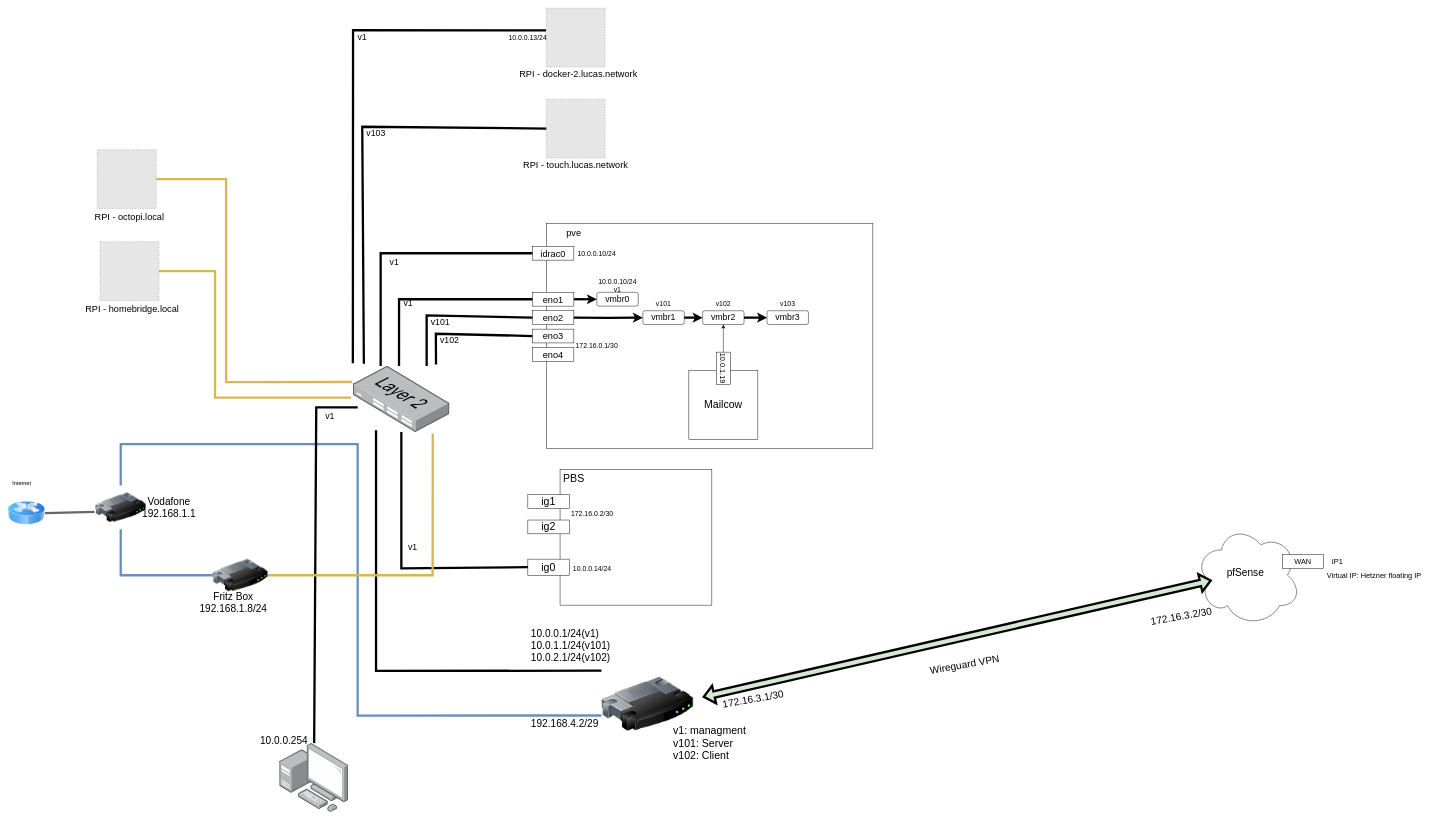
Earlier version of the draw.io diagram Untitled Diagram.drawio (lucpfi/homelab). Source tidied: cells renumbered, new cells numbered last; positions are measured from the earlier drawing's top-left corner, leaving out a move shared by most shapes. Both pictures are drawn from the tidied source at 46%, with x=0, y=0 at pixel (8, 8). Pictures stored in the file or linked from it are replaced by grey dashed boxes.
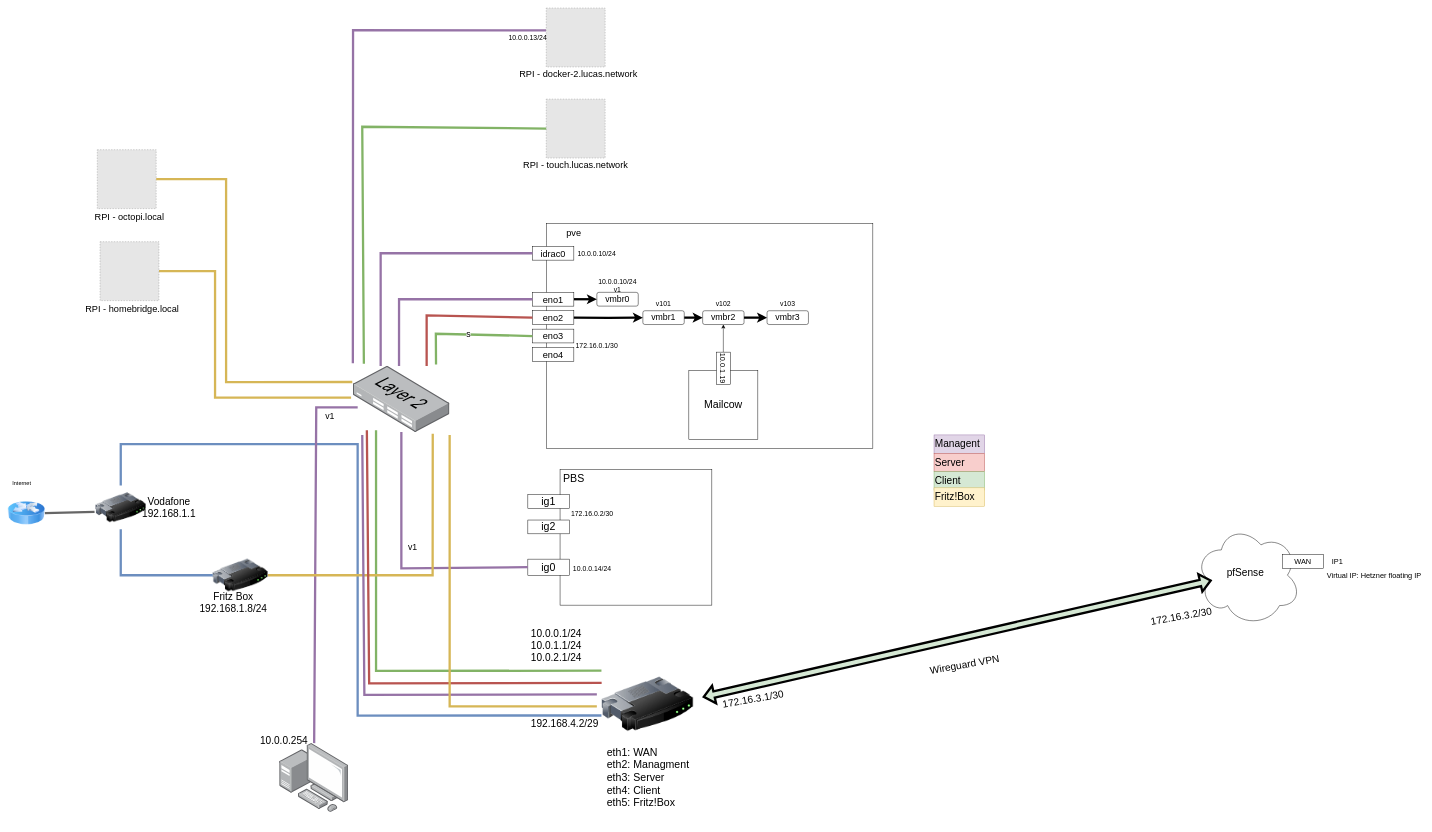
After the change.

Unchanged cells that the change refers to:
```xml
<mxCell id="3" style="image;html=1;image=img/lib/clip_art/networking/Router_128x128.png;" parent="1" vertex="1">
  <mxGeometry x="1290" y="1368" width="200" height="290" as="geometry" />
</mxCell>
<mxCell id="11" style="points=[];html=1;align=center;shadow=0;dashed=0;image;image=img/lib/allied_telesis/switch/Switch_24_port_L2.svg;fontSize=20;" parent="1" vertex="1">
  <mxGeometry x="750" y="778" width="210" height="143.9" as="geometry" />
</mxCell>
<mxCell id="16" value="eno1" style="rounded=0;whiteSpace=wrap;html=1;fontSize=20;" parent="1" vertex="1">
  <mxGeometry x="1140" y="618" width="90" height="30" as="geometry" />
</mxCell>
<mxCell id="17" value="eno2" style="rounded=0;whiteSpace=wrap;html=1;fontSize=20;" parent="1" vertex="1">
  <mxGeometry x="1140" y="658" width="90" height="30" as="geometry" />
</mxCell>
<mxCell id="18" value="eno3" style="rounded=0;whiteSpace=wrap;html=1;fontSize=20;" parent="1" vertex="1">
  <mxGeometry x="1140" y="698" width="90" height="30" as="geometry" />
</mxCell>
<mxCell id="25" value="ig0" style="rounded=0;whiteSpace=wrap;html=1;fontSize=23;" parent="1" vertex="1">
  <mxGeometry x="1130" y="1198" width="90" height="35" as="geometry" />
</mxCell>
<mxCell id="34" value="idrac0" style="rounded=0;whiteSpace=wrap;html=1;fontSize=20;" parent="1" vertex="1">
  <mxGeometry x="1140" y="518" width="90" height="30" as="geometry" />
</mxCell>
<mxCell id="55" style="points=[];html=1;align=center;shadow=0;dashed=0;image;image=img/lib/allied_telesis/computer_and_terminals/Personal_Computer_with_Server.svg;rounded=0;fontFamily=Helvetica;fontSize=22;fontColor=default;fillColor=none;gradientColor=none;" parent="1" vertex="1">
  <mxGeometry x="590" y="1598" width="150" height="150" as="geometry" />
</mxCell>
<mxCell id="63" style="fillColor=#E6E6E6;strokeColor=#999999;dashed=1;html=1;verticalAlign=top;verticalLabelPosition=bottom;labelBackgroundColor=#ffffff;" parent="1" vertex="1">
  <mxGeometry x="1170" y="198" width="128" height="128" as="geometry" />
</mxCell>
<mxCell id="66" style="fillColor=#E6E6E6;strokeColor=#999999;dashed=1;html=1;verticalAlign=top;verticalLabelPosition=bottom;labelBackgroundColor=#ffffff;" parent="1" vertex="1">
  <mxGeometry x="1170" width="128" height="128" as="geometry" />
</mxCell>
```

The edit, as a diff of the source:
```diff
@@
-    <mxCell id="14" style="endArrow=none;html=1;rounded=0;fontSize=20;strokeWidth=5;entryX=0;entryY=0.25;entryDx=0;entryDy=0;exitX=0.238;exitY=0.973;exitDx=0;exitDy=0;exitPerimeter=0;" parent="1" edge="1" source="11" target="3">
+    <mxCell id="14" style="endArrow=none;html=1;rounded=0;fontSize=20;strokeWidth=5;entryX=0;entryY=0.25;entryDx=0;entryDy=0;exitX=0.238;exitY=0.973;exitDx=0;exitDy=0;exitPerimeter=0;fillColor=#d5e8d4;strokeColor=#82b366;" parent="1" edge="1" source="11" target="3">
       <mxGeometry relative="1" as="geometry">
         <Array as="points">
           <mxPoint x="800" y="1441" />
         </Array>
       </mxGeometry>
     </mxCell>
@@
-    <mxCell id="20" style="endArrow=none;html=1;rounded=0;fontSize=19;strokeWidth=5;exitX=0.476;exitY=0;exitDx=0;exitDy=0;exitPerimeter=0;entryX=0;entryY=0.5;entryDx=0;entryDy=0;" parent="1" edge="1" source="11" target="16">
+    <mxCell id="20" style="endArrow=none;html=1;rounded=0;fontSize=19;strokeWidth=5;exitX=0.476;exitY=0;exitDx=0;exitDy=0;exitPerimeter=0;entryX=0;entryY=0.5;entryDx=0;entryDy=0;fillColor=#e1d5e7;strokeColor=#9673a6;" parent="1" edge="1" source="11" target="16">
       <mxGeometry relative="1" as="geometry">
         <Array as="points">
           <mxPoint x="850" y="633" />
         </Array>
       </mxGeometry>
     </mxCell>
-    <mxCell id="21" value="v1: managment&lt;br&gt;v101: Server&lt;br&gt;&lt;div&gt;&lt;div&gt;v102: Client&lt;/div&gt;&lt;/div&gt;" style="text;html=1;strokeColor=none;fillColor=none;align=left;verticalAlign=middle;whiteSpace=wrap;rounded=0;fontSize=23;" parent="1" vertex="1">
-      <mxGeometry x="1444" y="1498" width="210" height="200" as="geometry" />
+    <mxCell id="21" value="eth1: WAN&lt;br&gt;eth2: Managment&lt;br&gt;eth3: Server&lt;br&gt;eth4: Client&lt;br&gt;eth5: Fritz!Box" style="text;html=1;strokeColor=none;fillColor=none;align=left;verticalAlign=middle;whiteSpace=wrap;rounded=0;fontSize=23;" parent="1" vertex="1">
+      <mxGeometry x="1300" y="1573" width="210" height="200" as="geometry" />
     </mxCell>
-    <mxCell id="22" value="&lt;div&gt;v101&lt;/div&gt;" style="text;html=1;strokeColor=none;fillColor=none;align=center;verticalAlign=middle;whiteSpace=wrap;rounded=0;fontSize=19;" parent="1" vertex="1">
-      <mxGeometry x="910" y="668" width="60" height="30" as="geometry" />
-    </mxCell>
@@
-    <mxCell id="27" style="endArrow=none;html=1;rounded=0;fontSize=23;strokeWidth=5;exitX=0;exitY=0.5;exitDx=0;exitDy=0;" parent="1" edge="1" source="25" target="11">
+    <mxCell id="27" style="endArrow=none;html=1;rounded=0;fontSize=23;strokeWidth=5;exitX=0;exitY=0.5;exitDx=0;exitDy=0;fillColor=#e1d5e7;strokeColor=#9673a6;" parent="1" edge="1" source="25" target="11">
       <mxGeometry relative="1" as="geometry">
         <Array as="points">
           <mxPoint x="855" y="1218" />
         </Array>
       </mxGeometry>
     </mxCell>
@@
-    <mxCell id="33" value="10.0.0.1/24(v1)&lt;br style=&quot;font-size: 22px&quot;&gt;10.0.1.1/24(v101)&lt;br style=&quot;font-size: 22px&quot;&gt;&lt;div&gt;10.0.2.1/24(v102)&lt;/div&gt;" style="text;html=1;strokeColor=none;fillColor=none;align=left;verticalAlign=middle;whiteSpace=wrap;rounded=0;fontSize=22;" parent="1" vertex="1">
+    <mxCell id="33" value="10.0.0.1/24&lt;br style=&quot;font-size: 22px&quot;&gt;10.0.1.1/24&lt;br&gt;&lt;span&gt;10.0.2.1/24&lt;/span&gt;" style="text;html=1;strokeColor=none;fillColor=none;align=left;verticalAlign=middle;whiteSpace=wrap;rounded=0;fontSize=22;" parent="1" vertex="1">
       <mxGeometry x="1135" y="1348" width="140" height="75" as="geometry" />
     </mxCell>
@@
-    <mxCell id="35" style="endArrow=none;html=1;rounded=0;fontFamily=Helvetica;fontSize=15;fontColor=default;strokeWidth=5;entryX=0;entryY=0.5;entryDx=0;entryDy=0;exitX=0.286;exitY=0;exitDx=0;exitDy=0;exitPerimeter=0;" parent="1" edge="1" source="11" target="34">
+    <mxCell id="35" style="endArrow=none;html=1;rounded=0;fontFamily=Helvetica;fontSize=15;fontColor=default;strokeWidth=5;entryX=0;entryY=0.5;entryDx=0;entryDy=0;exitX=0.286;exitY=0;exitDx=0;exitDy=0;exitPerimeter=0;fillColor=#e1d5e7;strokeColor=#9673a6;" parent="1" edge="1" source="11" target="34">
       <mxGeometry relative="1" as="geometry">
         <Array as="points">
           <mxPoint x="810" y="533" />
         </Array>
       </mxGeometry>
     </mxCell>
-    <mxCell id="36" value="&lt;div&gt;v1&lt;/div&gt;" style="text;html=1;strokeColor=none;fillColor=none;align=center;verticalAlign=middle;whiteSpace=wrap;rounded=0;fontFamily=Helvetica;fontSize=19;fontColor=default;" parent="1" vertex="1">
-      <mxGeometry x="810" y="538" width="60" height="30" as="geometry" />
-    </mxCell>
@@
-    <mxCell id="56" style="endArrow=none;html=1;rounded=0;fontFamily=Helvetica;fontSize=22;fontColor=default;startSize=8;endSize=8;strokeWidth=5;fillColor=#D5E8D4;exitX=0.048;exitY=0.625;exitDx=0;exitDy=0;exitPerimeter=0;" parent="1" edge="1" source="11" target="55">
+    <mxCell id="56" style="endArrow=none;html=1;rounded=0;fontFamily=Helvetica;fontSize=22;fontColor=default;startSize=8;endSize=8;strokeWidth=5;fillColor=#e1d5e7;exitX=0.048;exitY=0.625;exitDx=0;exitDy=0;exitPerimeter=0;strokeColor=#9673a6;" parent="1" edge="1" source="11" target="55">
       <mxGeometry relative="1" as="geometry">
         <Array as="points">
           <mxPoint x="670" y="868" />
         </Array>
       </mxGeometry>
     </mxCell>
@@
-    <mxCell id="59" style="endArrow=none;html=1;rounded=0;fontSize=19;strokeWidth=5;entryX=0;entryY=0.5;entryDx=0;entryDy=0;exitX=0.762;exitY=0;exitDx=0;exitDy=0;exitPerimeter=0;" parent="1" edge="1" source="11" target="17">
+    <mxCell id="59" style="endArrow=none;html=1;rounded=0;fontSize=19;strokeWidth=5;entryX=0;entryY=0.5;entryDx=0;entryDy=0;exitX=0.762;exitY=0;exitDx=0;exitDy=0;exitPerimeter=0;fillColor=#f8cecc;strokeColor=#b85450;" parent="1" edge="1" source="11" target="17">
       <mxGeometry relative="1" as="geometry">
         <Array as="points">
           <mxPoint x="910" y="668" />
         </Array>
       </mxGeometry>
     </mxCell>
-    <mxCell id="60" value="&lt;div&gt;v1&lt;/div&gt;" style="text;html=1;strokeColor=none;fillColor=none;align=center;verticalAlign=middle;whiteSpace=wrap;rounded=0;fontFamily=Helvetica;fontSize=19;fontColor=default;" parent="1" vertex="1">
-      <mxGeometry x="840" y="628" width="60" height="30" as="geometry" />
-    </mxCell>
@@
-    <mxCell id="64" style="endArrow=none;html=1;rounded=0;fontFamily=Helvetica;fontSize=15;fontColor=default;strokeWidth=5;entryX=0;entryY=0.5;entryDx=0;entryDy=0;exitX=0.112;exitY=-0.034;exitDx=0;exitDy=0;exitPerimeter=0;" parent="1" edge="1" source="11" target="63">
+    <mxCell id="64" style="endArrow=none;html=1;rounded=0;fontFamily=Helvetica;fontSize=15;fontColor=default;strokeWidth=5;entryX=0;entryY=0.5;entryDx=0;entryDy=0;exitX=0.112;exitY=-0.034;exitDx=0;exitDy=0;exitPerimeter=0;fillColor=#d5e8d4;strokeColor=#82b366;" parent="1" edge="1" source="11" target="63">
       <mxGeometry relative="1" as="geometry">
         <Array as="points">
           <mxPoint x="770" y="258" />
         </Array>
       </mxGeometry>
     </mxCell>
-    <mxCell id="65" value="v103" style="text;html=1;strokeColor=none;fillColor=none;align=center;verticalAlign=middle;whiteSpace=wrap;rounded=0;fontFamily=Helvetica;fontSize=19;fontColor=default;" parent="1" vertex="1">
-      <mxGeometry x="770" y="258" width="60" height="30" as="geometry" />
-    </mxCell>
@@
-    <mxCell id="67" style="endArrow=none;html=1;rounded=0;fontFamily=Helvetica;fontSize=15;fontColor=default;strokeWidth=5;entryX=-0.004;entryY=0.379;entryDx=0;entryDy=0;exitX=-0.002;exitY=-0.04;exitDx=0;exitDy=0;exitPerimeter=0;entryPerimeter=0;" parent="1" edge="1" source="11" target="66">
+    <mxCell id="67" style="endArrow=none;html=1;rounded=0;fontFamily=Helvetica;fontSize=15;fontColor=default;strokeWidth=5;entryX=-0.004;entryY=0.379;entryDx=0;entryDy=0;exitX=-0.002;exitY=-0.04;exitDx=0;exitDy=0;exitPerimeter=0;entryPerimeter=0;fillColor=#e1d5e7;strokeColor=#9673a6;" parent="1" edge="1" source="11" target="66">
       <mxGeometry relative="1" as="geometry">
         <Array as="points">
           <mxPoint x="750" y="48" />
         </Array>
       </mxGeometry>
     </mxCell>
-    <mxCell id="68" value="v1" style="text;html=1;strokeColor=none;fillColor=none;align=center;verticalAlign=middle;whiteSpace=wrap;rounded=0;fontFamily=Helvetica;fontSize=19;fontColor=default;" parent="1" vertex="1">
-      <mxGeometry x="740" y="49" width="60" height="30" as="geometry" />
-    </mxCell>
@@
-    <mxCell id="85" style="endArrow=none;html=1;rounded=0;fontSize=19;strokeWidth=5;entryX=0;entryY=0.5;entryDx=0;entryDy=0;exitX=0.859;exitY=-0.023;exitDx=0;exitDy=0;exitPerimeter=0;" parent="1" edge="1" source="11" target="18">
+    <mxCell id="85" value="s" style="endArrow=none;html=1;rounded=0;fontSize=19;strokeWidth=5;entryX=0;entryY=0.5;entryDx=0;entryDy=0;exitX=0.859;exitY=-0.023;exitDx=0;exitDy=0;exitPerimeter=0;fillColor=#d5e8d4;strokeColor=#82b366;" parent="1" edge="1" source="11" target="18">
       <mxGeometry relative="1" as="geometry">
         <Array as="points">
           <mxPoint x="930" y="708" />
         </Array>
       </mxGeometry>
     </mxCell>
-    <mxCell id="86" value="&lt;div&gt;v102&lt;/div&gt;" style="text;html=1;strokeColor=none;fillColor=none;align=center;verticalAlign=middle;whiteSpace=wrap;rounded=0;fontSize=19;" parent="1" vertex="1">
-      <mxGeometry x="930" y="708" width="60" height="30" as="geometry" />
-    </mxCell>
+    <mxCell id="87" value="Managent" style="text;html=1;strokeColor=#9673a6;fillColor=#e1d5e7;align=left;verticalAlign=middle;whiteSpace=wrap;rounded=0;fontSize=22;" parent="1" vertex="1">
+      <mxGeometry x="2013" y="928" width="110" height="40" as="geometry" />
+    </mxCell>
+    <mxCell id="88" style="endArrow=none;html=1;rounded=0;fontSize=20;strokeWidth=5;entryX=0.002;entryY=0.342;entryDx=0;entryDy=0;exitX=0.143;exitY=0.973;exitDx=0;exitDy=0;exitPerimeter=0;entryPerimeter=0;fillColor=#f8cecc;strokeColor=#b85450;" parent="1" edge="1" source="11" target="3">
+      <mxGeometry relative="1" as="geometry">
+        <Array as="points">
+          <mxPoint x="785" y="1468" />
+        </Array>
+      </mxGeometry>
+    </mxCell>
+    <mxCell id="89" style="endArrow=none;html=1;rounded=0;fontSize=20;strokeWidth=5;entryX=0.002;entryY=0.342;entryDx=0;entryDy=0;entryPerimeter=0;fillColor=#e1d5e7;strokeColor=#9673a6;" parent="1" edge="1">
+      <mxGeometry relative="1" as="geometry">
+        <mxPoint x="770" y="928" as="sourcePoint" />
+        <mxPoint x="1280" y="1492.2" as="targetPoint" />
+        <Array as="points">
+          <mxPoint x="774.6" y="1493" />
+        </Array>
+      </mxGeometry>
+    </mxCell>
+    <mxCell id="90" value="Server" style="text;html=1;strokeColor=#b85450;fillColor=#f8cecc;align=left;verticalAlign=middle;whiteSpace=wrap;rounded=0;fontSize=22;" parent="1" vertex="1">
+      <mxGeometry x="2013" y="968" width="110" height="40" as="geometry" />
+    </mxCell>
+    <mxCell id="91" value="Client" style="text;html=1;strokeColor=#82b366;fillColor=#d5e8d4;align=left;verticalAlign=middle;whiteSpace=wrap;rounded=0;fontSize=22;" parent="1" vertex="1">
+      <mxGeometry x="2013" y="1008" width="110" height="40" as="geometry" />
+    </mxCell>
+    <mxCell id="92" style="endArrow=none;html=1;rounded=0;strokeWidth=5;entryX=0.825;entryY=1.025;entryDx=0;entryDy=0;fillColor=#fff2cc;strokeColor=#d6b656;entryPerimeter=0;" parent="1" edge="1">
+      <mxGeometry relative="1" as="geometry">
+        <mxPoint x="1280" y="1518" as="sourcePoint" />
+        <mxPoint x="960" y="928" as="targetPoint" />
+        <Array as="points">
+          <mxPoint x="960" y="1518" />
+        </Array>
+      </mxGeometry>
+    </mxCell>
+    <mxCell id="93" value="Fritz!Box" style="text;html=1;strokeColor=#d6b656;fillColor=#fff2cc;align=left;verticalAlign=middle;whiteSpace=wrap;rounded=0;fontSize=22;" parent="1" vertex="1">
+      <mxGeometry x="2013" y="1043" width="110" height="40" as="geometry" />
+    </mxCell>
```
